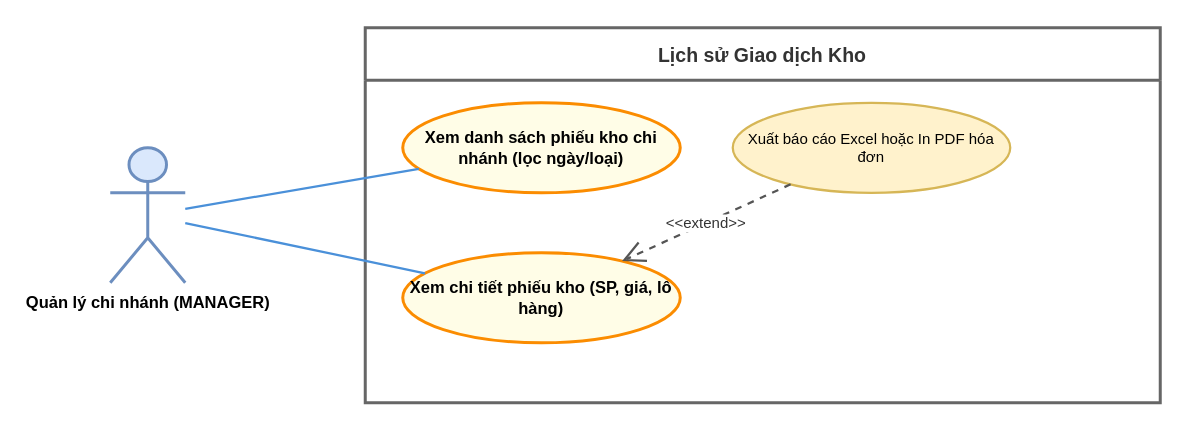
Earlier version of the draw.io diagram UseCase/MANAGER/08_xem_lich_su_giao_dich.drawio (Nghiatv2006/KhoHang). Source tidied: cells renumbered, new cells numbered last; positions are measured from the earlier drawing's top-left corner, leaving out a move shared by most shapes. Both pictures are drawn from the tidied source at 150%, with x=0, y=0 at pixel (110, 27).
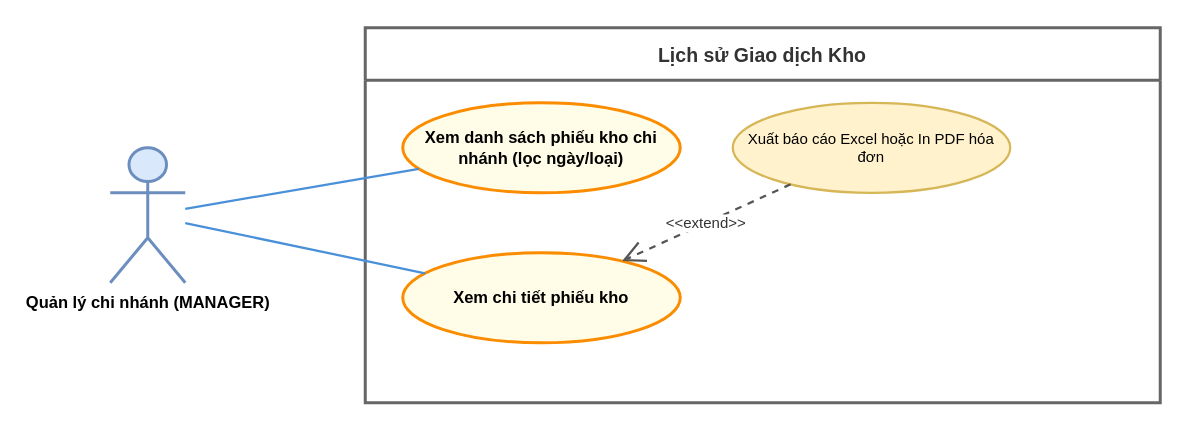
Above is the later version.

What changed in the source:
```diff
@@
 <mxGraphModel>
   <root>
     <mxCell id="0" />
     <mxCell id="1" parent="0" />
     <mxCell id="2" value="Lịch sử Giao dịch Kho" style="swimlane;startSize=35;whiteSpace=wrap;html=1;fontStyle=1;fontSize=13;                    fillColor=#f5f5f5;strokeColor=#666666;strokeWidth=2;fontColor=#333333;align=center;" parent="1" vertex="1">
       <mxGeometry x="170" width="530" height="250" as="geometry" />
     </mxCell>
     <mxCell id="3" value="Quản lý chi nhánh (MANAGER)" style="shape=umlActor;verticalLabelPosition=bottom;verticalAlign=top;html=1;                    outlineConnect=0;fillColor=#dae8fc;strokeColor=#6c8ebf;strokeWidth=2;                    fontColor=#1a1a1a;fontStyle=1;fontSize=11;" parent="1" vertex="1">
       <mxGeometry y="80" width="50" height="90" as="geometry" />
     </mxCell>
     <mxCell id="4" value="Xem danh sách phiếu kho chi nhánh (lọc ngày/loại)" style="ellipse;whiteSpace=wrap;html=1;fillColor=#fffde7;strokeColor=#fb8c00;strokeWidth=2;fontStyle=1;fontSize=11;align=center;" parent="1" vertex="1">
       <mxGeometry x="195" y="50" width="185" height="60" as="geometry" />
     </mxCell>
-    <mxCell id="5" value="Xem chi tiết phiếu kho (SP, giá, lô hàng)" style="ellipse;whiteSpace=wrap;html=1;fillColor=#fffde7;strokeColor=#fb8c00;strokeWidth=2;fontStyle=1;fontSize=11;align=center;" parent="1" vertex="1">
+    <mxCell id="5" value="Xem chi tiết phiếu kho" style="ellipse;whiteSpace=wrap;html=1;fillColor=#fffde7;strokeColor=#fb8c00;strokeWidth=2;fontStyle=1;fontSize=11;align=center;" parent="1" vertex="1">
       <mxGeometry x="195" y="150" width="185" height="60" as="geometry" />
     </mxCell>
     <mxCell id="6" value="Xuất báo cáo Excel hoặc In PDF hóa đơn" style="ellipse;whiteSpace=wrap;html=1;fillColor=#fff2cc;strokeColor=#d6b656;strokeWidth=1.5;fontSize=10;align=center;" parent="1" vertex="1">
       <mxGeometry x="415" y="50" width="185" height="60" as="geometry" />
     </mxCell>
     <mxCell id="7" style="endArrow=none;html=1;rounded=0;strokeColor=#4a90d9;strokeWidth=1.5;" parent="1" edge="1" source="3" target="4">
       <mxGeometry relative="1" as="geometry" />
     </mxCell>
     <mxCell id="8" style="endArrow=none;html=1;rounded=0;strokeColor=#4a90d9;strokeWidth=1.5;" parent="1" edge="1" source="3" target="5">
       <mxGeometry relative="1" as="geometry" />
     </mxCell>
     <mxCell id="9" value="&amp;lt;&amp;lt;extend&amp;gt;&amp;gt;" style="endArrow=open;endSize=12;dashed=1;html=1;rounded=0;strokeColor=#555555;strokeWidth=1.5;labelBackgroundColor=#ffffff;fontColor=#333333;fontSize=10;align=center;" parent="1" edge="1" source="6" target="5">
       <mxGeometry relative="1" as="geometry" />
     </mxCell>
   </root>
 </mxGraphModel>
```
